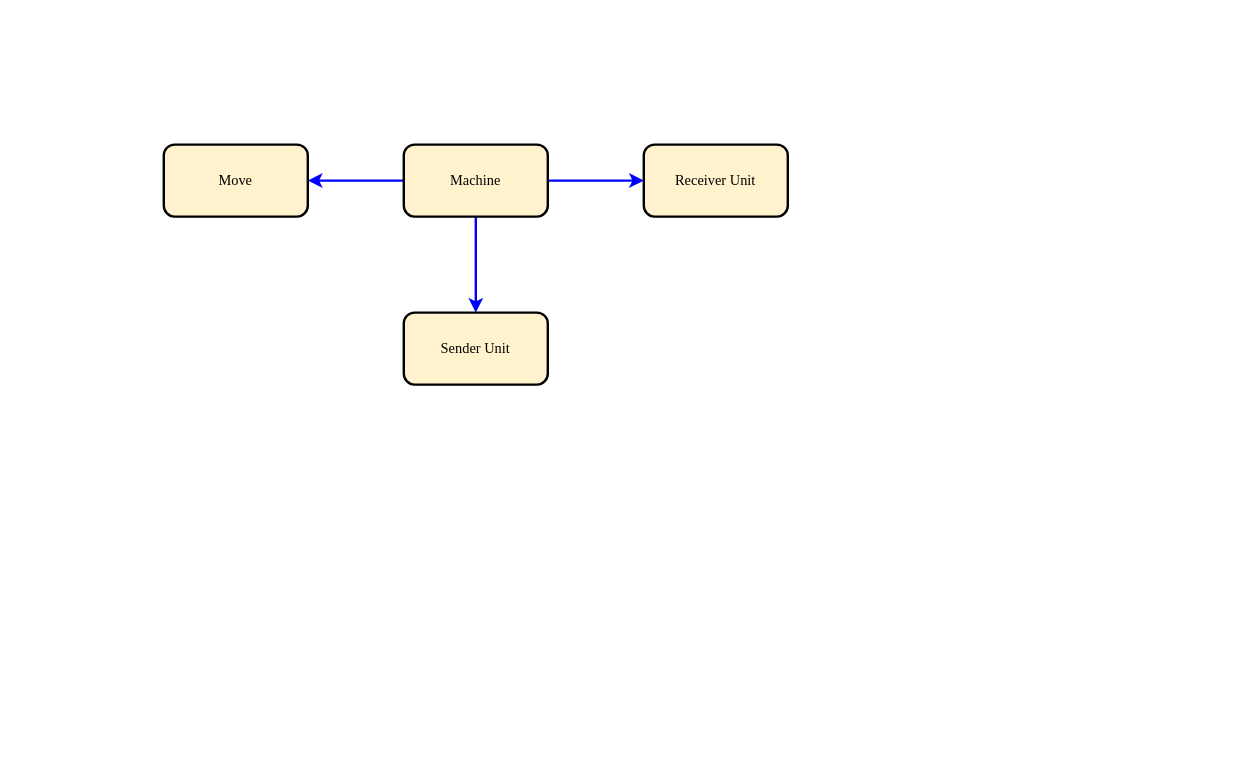
Before: page "Machine运作引擎" (4 of 8) of Analyse/总体分析框架.drawio in EntelechySystem/EntelechySystem_theory, a draw.io diagram. Source tidied: cells renumbered, new cells numbered last; positions are measured from the earlier drawing's top-left corner, leaving out a move shared by most shapes. Both pictures are drawn from the tidied source at 120%, with x=0, y=0 at pixel (163, 144).
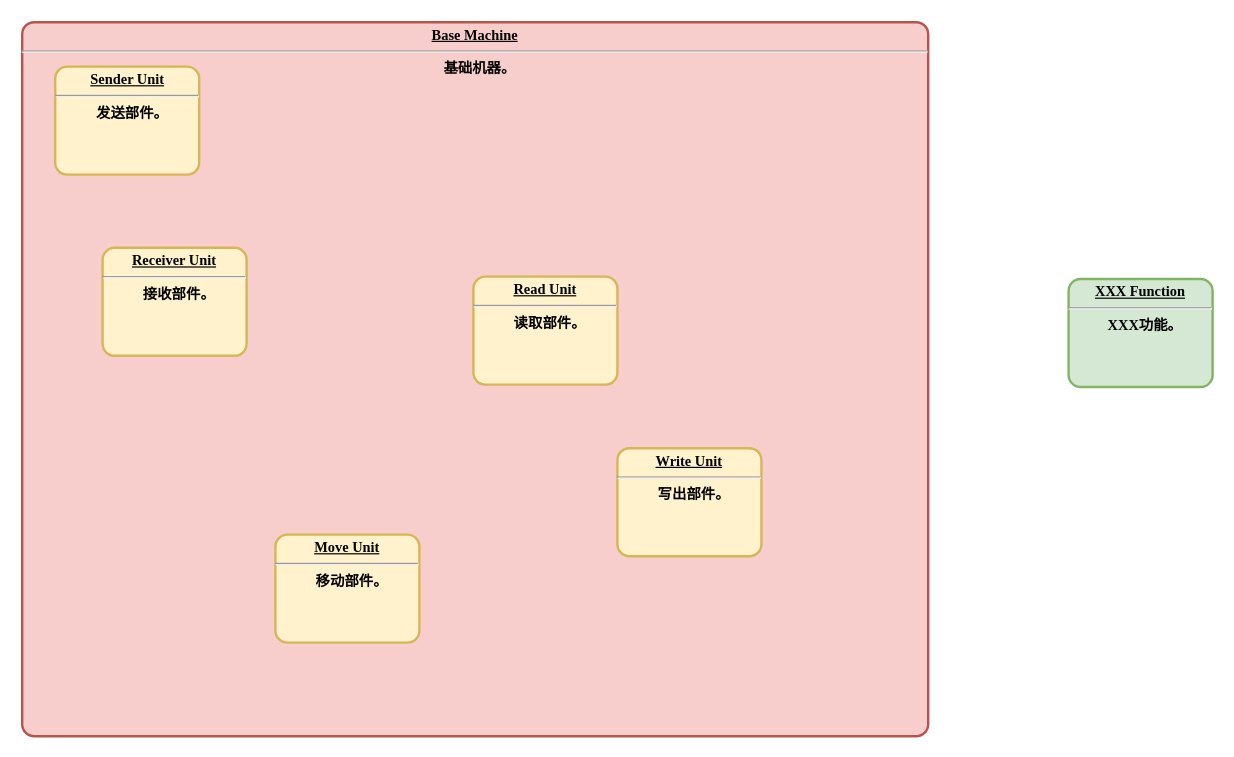
The same page after the edit.

The edit, as a diff of the source:
```diff
@@
 <mxGraphModel>
   <root>
     <mxCell id="0" />
     <mxCell id="1" parent="0" />
-    <mxCell id="2" style="edgeStyle=none;shape=connector;curved=1;rounded=1;jettySize=auto;html=1;labelBackgroundColor=default;fontFamily=Times New Roman;fontSize=12;fontColor=default;startArrow=none;startFill=0;endArrow=classic;endFill=1;strokeColor=#0000FF;strokeWidth=2;" parent="1" edge="1" source="5" target="6">
-      <mxGeometry relative="1" as="geometry" />
-    </mxCell>
-    <mxCell id="3" style="edgeStyle=none;shape=connector;curved=1;rounded=1;jettySize=auto;html=1;labelBackgroundColor=default;fontFamily=Times New Roman;fontSize=12;fontColor=default;startArrow=none;startFill=0;endArrow=classic;endFill=1;strokeColor=#0000FF;strokeWidth=2;" parent="1" edge="1" source="5" target="7">
-      <mxGeometry relative="1" as="geometry" />
-    </mxCell>
-    <mxCell id="4" style="edgeStyle=none;shape=connector;curved=1;rounded=1;jettySize=auto;html=1;labelBackgroundColor=default;fontFamily=Times New Roman;fontSize=12;fontColor=default;startArrow=none;startFill=0;endArrow=classic;endFill=1;strokeColor=#0000FF;strokeWidth=2;" parent="1" edge="1" source="5" target="8">
-      <mxGeometry relative="1" as="geometry" />
-    </mxCell>
-    <mxCell id="5" value="Machine" style="rounded=1;whiteSpace=wrap;html=1;fontFamily=Times New Roman;fontSize=12;fontColor=default;strokeColor=default;strokeWidth=2;fillColor=#fff2cc;" parent="1" vertex="1">
-      <mxGeometry x="200" width="120" height="60" as="geometry" />
-    </mxCell>
-    <mxCell id="6" value="Receiver Unit" style="rounded=1;whiteSpace=wrap;html=1;fontFamily=Times New Roman;fontSize=12;fontColor=default;strokeColor=default;strokeWidth=2;fillColor=#fff2cc;" parent="1" vertex="1">
-      <mxGeometry x="400" width="120" height="60" as="geometry" />
-    </mxCell>
-    <mxCell id="7" value="Sender Unit" style="rounded=1;whiteSpace=wrap;html=1;fontFamily=Times New Roman;fontSize=12;fontColor=default;strokeColor=default;strokeWidth=2;fillColor=#fff2cc;" parent="1" vertex="1">
-      <mxGeometry x="200" y="140" width="120" height="60" as="geometry" />
-    </mxCell>
-    <mxCell id="8" value="Move" style="rounded=1;whiteSpace=wrap;html=1;fontFamily=Times New Roman;fontSize=12;fontColor=default;strokeColor=default;strokeWidth=2;fillColor=#fff2cc;" parent="1" vertex="1">
-      <mxGeometry width="120" height="60" as="geometry" />
-    </mxCell>
+    <mxCell id="9" value="&lt;p style=&quot;margin: 0px; margin-top: 4px; text-align: center; text-decoration: underline;&quot;&gt;&lt;strong&gt;XXX Function&lt;br&gt;&lt;/strong&gt;&lt;/p&gt;&lt;hr&gt;&lt;p style=&quot;margin: 0px; margin-left: 8px;&quot;&gt;XXX功能。&lt;/p&gt;" style="verticalAlign=middle;align=center;overflow=fill;fontSize=12;fontFamily=Times New Roman;html=1;rounded=1;fontStyle=1;strokeWidth=2;fillColor=#d5e8d4;whiteSpace=wrap;absoluteArcSize=1;strokeColor=#82b366;" parent="1" vertex="1">
+      <mxGeometry x="754" y="112" width="120" height="90" as="geometry" />
+    </mxCell>
+    <mxCell id="10" value="&lt;p style=&quot;margin: 0px; margin-top: 4px; text-align: center; text-decoration: underline;&quot;&gt;&lt;strong&gt;Base Machine&lt;br&gt;&lt;/strong&gt;&lt;/p&gt;&lt;hr&gt;&lt;p style=&quot;margin: 0px; margin-left: 8px;&quot;&gt;基础机器。&lt;/p&gt;" style="verticalAlign=middle;align=center;overflow=fill;fontSize=12;fontFamily=Times New Roman;html=1;rounded=1;fontStyle=1;strokeWidth=2;fillColor=#f8cecc;whiteSpace=wrap;absoluteArcSize=1;strokeColor=#b85450;" parent="1" vertex="1">
+      <mxGeometry x="-118" y="-102" width="755" height="595" as="geometry" />
+    </mxCell>
+    <mxCell id="11" value="&lt;p style=&quot;margin: 0px; margin-top: 4px; text-align: center; text-decoration: underline;&quot;&gt;&lt;strong&gt;Sender Unit&lt;/strong&gt;&lt;/p&gt;&lt;hr&gt;&lt;p style=&quot;margin: 0px; margin-left: 8px;&quot;&gt;发送部件。&lt;/p&gt;" style="verticalAlign=middle;align=center;overflow=fill;fontSize=12;fontFamily=Times New Roman;html=1;rounded=1;fontStyle=1;strokeWidth=2;fillColor=#fff2cc;whiteSpace=wrap;absoluteArcSize=1;strokeColor=#d6b656;" parent="10" vertex="1">
+      <mxGeometry x="27.5" y="37" width="120" height="90" as="geometry" />
+    </mxCell>
+    <mxCell id="12" value="&lt;p style=&quot;margin: 0px; margin-top: 4px; text-align: center; text-decoration: underline;&quot;&gt;&lt;strong&gt;Receiver Unit&lt;/strong&gt;&lt;/p&gt;&lt;hr&gt;&lt;p style=&quot;margin: 0px; margin-left: 8px;&quot;&gt;接收部件。&lt;/p&gt;" style="verticalAlign=middle;align=center;overflow=fill;fontSize=12;fontFamily=Times New Roman;html=1;rounded=1;fontStyle=1;strokeWidth=2;fillColor=#fff2cc;whiteSpace=wrap;absoluteArcSize=1;strokeColor=#d6b656;" parent="10" vertex="1">
+      <mxGeometry x="67" y="188" width="120" height="90" as="geometry" />
+    </mxCell>
+    <mxCell id="13" value="&lt;p style=&quot;margin: 0px; margin-top: 4px; text-align: center; text-decoration: underline;&quot;&gt;&lt;strong&gt;Move Unit&lt;/strong&gt;&lt;/p&gt;&lt;hr&gt;&lt;p style=&quot;margin: 0px; margin-left: 8px;&quot;&gt;移动部件。&lt;/p&gt;" style="verticalAlign=middle;align=center;overflow=fill;fontSize=12;fontFamily=Times New Roman;html=1;rounded=1;fontStyle=1;strokeWidth=2;fillColor=#fff2cc;whiteSpace=wrap;absoluteArcSize=1;strokeColor=#d6b656;" parent="10" vertex="1">
+      <mxGeometry x="211" y="427" width="120" height="90" as="geometry" />
+    </mxCell>
+    <mxCell id="14" value="&lt;p style=&quot;margin: 0px; margin-top: 4px; text-align: center; text-decoration: underline;&quot;&gt;&lt;strong&gt;Read Unit&lt;/strong&gt;&lt;/p&gt;&lt;hr&gt;&lt;p style=&quot;margin: 0px; margin-left: 8px;&quot;&gt;读取部件。&lt;/p&gt;" style="verticalAlign=middle;align=center;overflow=fill;fontSize=12;fontFamily=Times New Roman;html=1;rounded=1;fontStyle=1;strokeWidth=2;fillColor=#fff2cc;whiteSpace=wrap;absoluteArcSize=1;strokeColor=#d6b656;" parent="10" vertex="1">
+      <mxGeometry x="376" y="212" width="120" height="90" as="geometry" />
+    </mxCell>
+    <mxCell id="15" value="&lt;p style=&quot;margin: 0px; margin-top: 4px; text-align: center; text-decoration: underline;&quot;&gt;&lt;strong&gt;Write Unit&lt;/strong&gt;&lt;/p&gt;&lt;hr&gt;&lt;p style=&quot;margin: 0px; margin-left: 8px;&quot;&gt;写出部件。&lt;/p&gt;" style="verticalAlign=middle;align=center;overflow=fill;fontSize=12;fontFamily=Times New Roman;html=1;rounded=1;fontStyle=1;strokeWidth=2;fillColor=#fff2cc;whiteSpace=wrap;absoluteArcSize=1;strokeColor=#d6b656;" parent="10" vertex="1">
+      <mxGeometry x="496" y="355" width="120" height="90" as="geometry" />
+    </mxCell>
   </root>
 </mxGraphModel>
```
